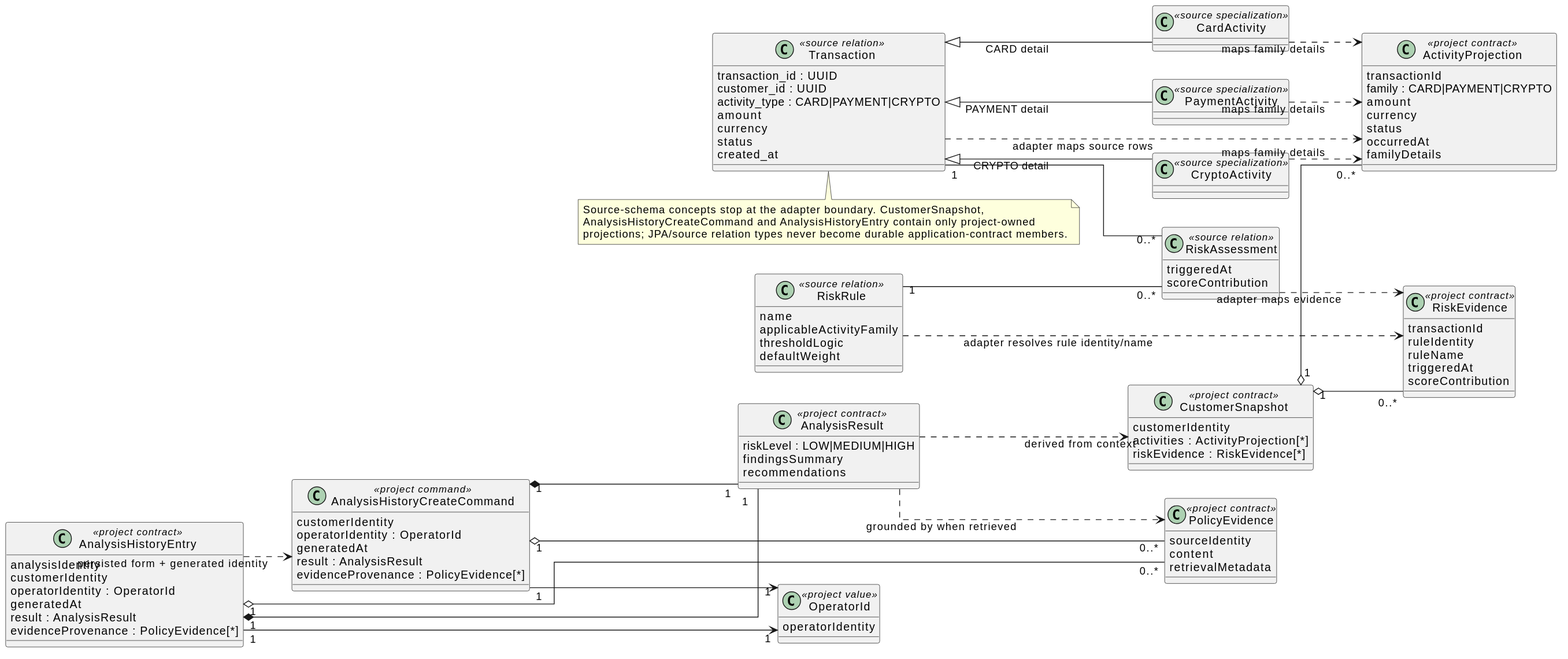
The PlantUML diagram docs/assignment/SDD/diagrams/domain-contracts.svg in jdoe-dev-159753/specgraph-reference-app, before a commit.
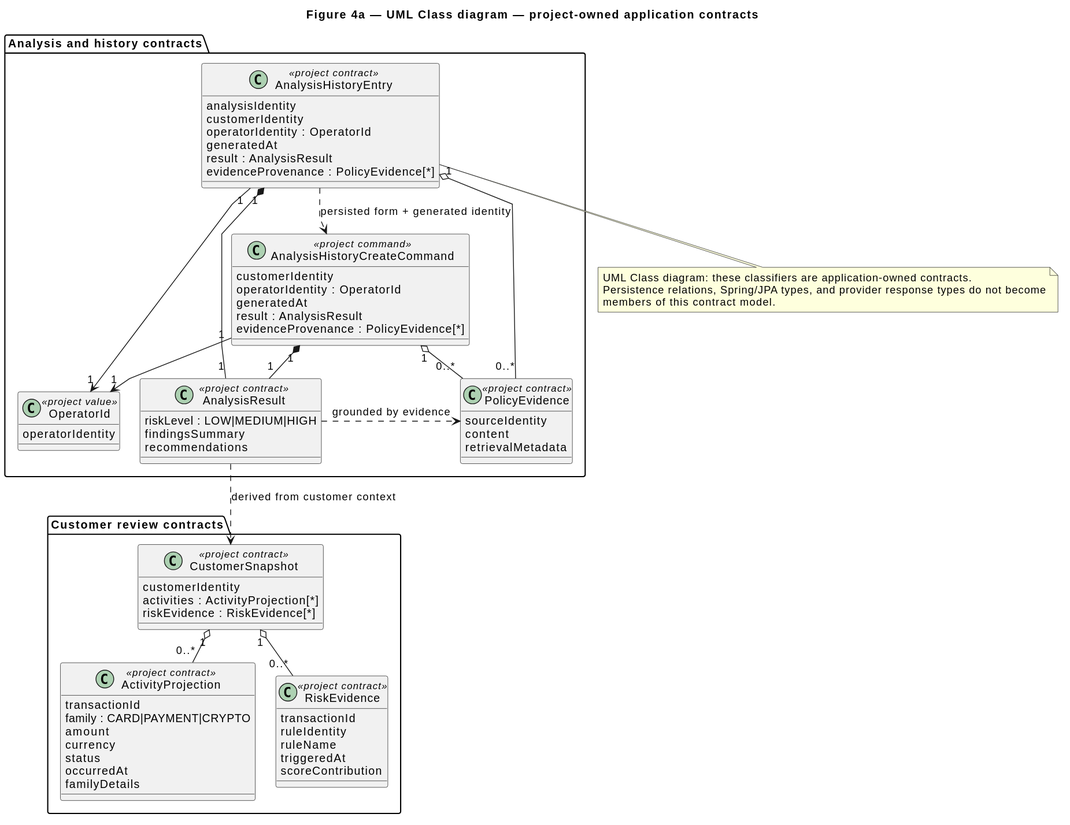
Later version of the same file.

Diff of the diagram source:
```diff
@@ -1,107 +1,86 @@
 @startuml
-left to right direction
+title Figure 4a — UML Class diagram — project-owned application contracts
+top to bottom direction
 skinparam classAttributeIconSize 0
-skinparam linetype ortho
+skinparam linetype polyline
+skinparam nodesep 25
+skinparam ranksep 40
 
-class CustomerSnapshot <<project contract>> {
-  customerIdentity
-  activities : ActivityProjection[*]
-  riskEvidence : RiskEvidence[*]
-}
-class ActivityProjection <<project contract>> {
-  transactionId
-  family : CARD|PAYMENT|CRYPTO
-  amount
-  currency
-  status
-  occurredAt
-  familyDetails
-}
-class RiskEvidence <<project contract>> {
-  transactionId
-  ruleIdentity
-  ruleName
-  triggeredAt
-  scoreContribution
-}
-class AnalysisResult <<project contract>> {
-  riskLevel : LOW|MEDIUM|HIGH
-  findingsSummary
-  recommendations
-}
-class PolicyEvidence <<project contract>> {
-  sourceIdentity
-  content
-  retrievalMetadata
-}
-class OperatorId <<project value>> {
-  operatorIdentity
-}
-class AnalysisHistoryCreateCommand <<project command>> {
-  customerIdentity
-  operatorIdentity : OperatorId
-  generatedAt
-  result : AnalysisResult
-  evidenceProvenance : PolicyEvidence[*]
-}
-class AnalysisHistoryEntry <<project contract>> {
-  analysisIdentity
-  customerIdentity
-  operatorIdentity : OperatorId
-  generatedAt
-  result : AnalysisResult
-  evidenceProvenance : PolicyEvidence[*]
+package "Customer review contracts" {
+  class CustomerSnapshot <<project contract>> {
+    customerIdentity
+    activities : ActivityProjection[*]
+    riskEvidence : RiskEvidence[*]
+  }
+  class ActivityProjection <<project contract>> {
+    transactionId
+    family : CARD|PAYMENT|CRYPTO
+    amount
+    currency
+    status
+    occurredAt
+    familyDetails
+  }
+  class RiskEvidence <<project contract>> {
+    transactionId
+    ruleIdentity
+    ruleName
+    triggeredAt
+    scoreContribution
+  }
+
+  CustomerSnapshot "1" o-- "0..*" ActivityProjection
+  CustomerSnapshot "1" o-- "0..*" RiskEvidence
+  ActivityProjection -[hidden]right-> RiskEvidence
 }
 
-class Transaction <<source relation>> {
-  transaction_id : UUID
-  customer_id : UUID
-  activity_type : CARD|PAYMENT|CRYPTO
-  amount
-  currency
-  status
-  created_at
-}
-class CardActivity <<source specialization>>
-class PaymentActivity <<source specialization>>
-class CryptoActivity <<source specialization>>
-class RiskAssessment <<source relation>> {
-  triggeredAt
-  scoreContribution
-}
-class RiskRule <<source relation>> {
-  name
-  applicableActivityFamily
-  thresholdLogic
-  defaultWeight
+package "Analysis and history contracts" {
+  class AnalysisResult <<project contract>> {
+    riskLevel : LOW|MEDIUM|HIGH
+    findingsSummary
+    recommendations
+  }
+  class PolicyEvidence <<project contract>> {
+    sourceIdentity
+    content
+    retrievalMetadata
+  }
+  class OperatorId <<project value>> {
+    operatorIdentity
+  }
+  class AnalysisHistoryCreateCommand <<project command>> {
+    customerIdentity
+    operatorIdentity : OperatorId
+    generatedAt
+    result : AnalysisResult
+    evidenceProvenance : PolicyEvidence[*]
+  }
+  class AnalysisHistoryEntry <<project contract>> {
+    analysisIdentity
+    customerIdentity
+    operatorIdentity : OperatorId
+    generatedAt
+    result : AnalysisResult
+    evidenceProvenance : PolicyEvidence[*]
+  }
+
+  AnalysisHistoryCreateCommand "1" *-- "1" AnalysisResult
+  AnalysisHistoryCreateCommand "1" --> "1" OperatorId
+  AnalysisHistoryCreateCommand "1" o-- "0..*" PolicyEvidence
+  AnalysisHistoryEntry ..> AnalysisHistoryCreateCommand : persisted form + generated identity
+  AnalysisHistoryEntry "1" *-- "1" AnalysisResult
+  AnalysisHistoryEntry "1" --> "1" OperatorId
+  AnalysisHistoryEntry "1" o-- "0..*" PolicyEvidence
+  AnalysisResult ..> CustomerSnapshot : derived from customer context
+  AnalysisResult ..> PolicyEvidence : grounded by evidence
+
+  AnalysisResult -[hidden]right-> PolicyEvidence
+  PolicyEvidence -[hidden]right-> OperatorId
 }
 
-CustomerSnapshot "1" o-- "0..*" ActivityProjection
-CustomerSnapshot "1" o-- "0..*" RiskEvidence
-AnalysisHistoryCreateCommand "1" *-- "1" AnalysisResult
-AnalysisHistoryCreateCommand "1" --> "1" OperatorId
-AnalysisHistoryCreateCommand "1" o-- "0..*" PolicyEvidence
-AnalysisHistoryEntry ..> AnalysisHistoryCreateCommand : persisted form + generated identity
-AnalysisHistoryEntry "1" *-- "1" AnalysisResult
-AnalysisHistoryEntry "1" --> "1" OperatorId
-AnalysisHistoryEntry "1" o-- "0..*" PolicyEvidence
-Transaction <|-- CardActivity : CARD detail
-Transaction <|-- PaymentActivity : PAYMENT detail
-Transaction <|-- CryptoActivity : CRYPTO detail
-Transaction "1" -- "0..*" RiskAssessment
-RiskRule "1" -- "0..*" RiskAssessment
-Transaction ..> ActivityProjection : adapter maps source rows
-CardActivity ..> ActivityProjection : maps family details
-PaymentActivity ..> ActivityProjection : maps family details
-CryptoActivity ..> ActivityProjection : maps family details
-RiskAssessment ..> RiskEvidence : adapter maps evidence
-RiskRule ..> RiskEvidence : adapter resolves rule identity/name
-AnalysisResult ..> CustomerSnapshot : derived from context
-AnalysisResult ..> PolicyEvidence : grounded by when retrieved
-
-note bottom of Transaction
-  Source-schema concepts stop at the adapter boundary. CustomerSnapshot,
-  AnalysisHistoryCreateCommand and AnalysisHistoryEntry contain only project-owned
-  projections; JPA/source relation types never become durable application-contract members.
+note bottom
+  UML Class diagram: these classifiers are application-owned contracts.
+  Persistence relations, Spring/JPA types, and provider response types do not become
+  members of this contract model.
 end note
 @enduml
```
